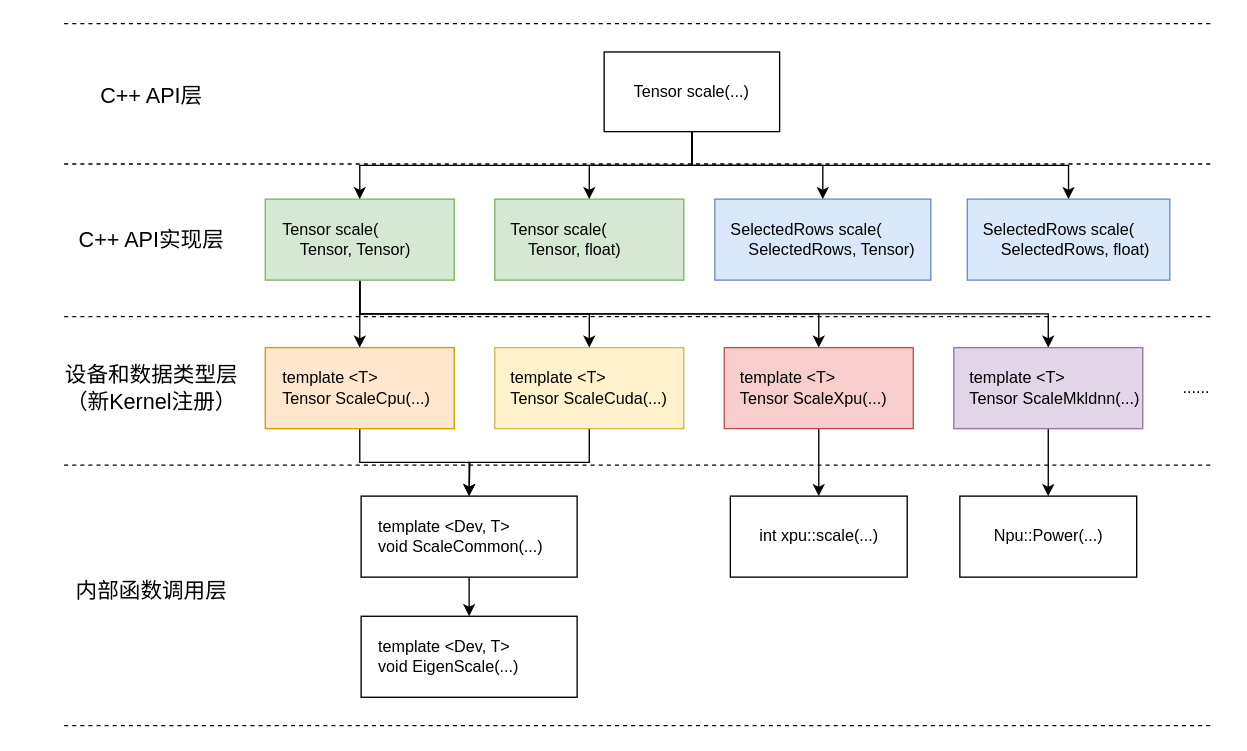
chenwhql/diagrams keeps this draw.io diagram as page "new-func-level" (11 of 12) of op2func.drawio. Above is the earlier version. Source tidied: cells renumbered, new cells numbered last; positions are measured from the earlier drawing's top-left corner, leaving out a move shared by most shapes. Both pictures are drawn from the tidied source at 135%, with x=0, y=0 at pixel (63, 23).
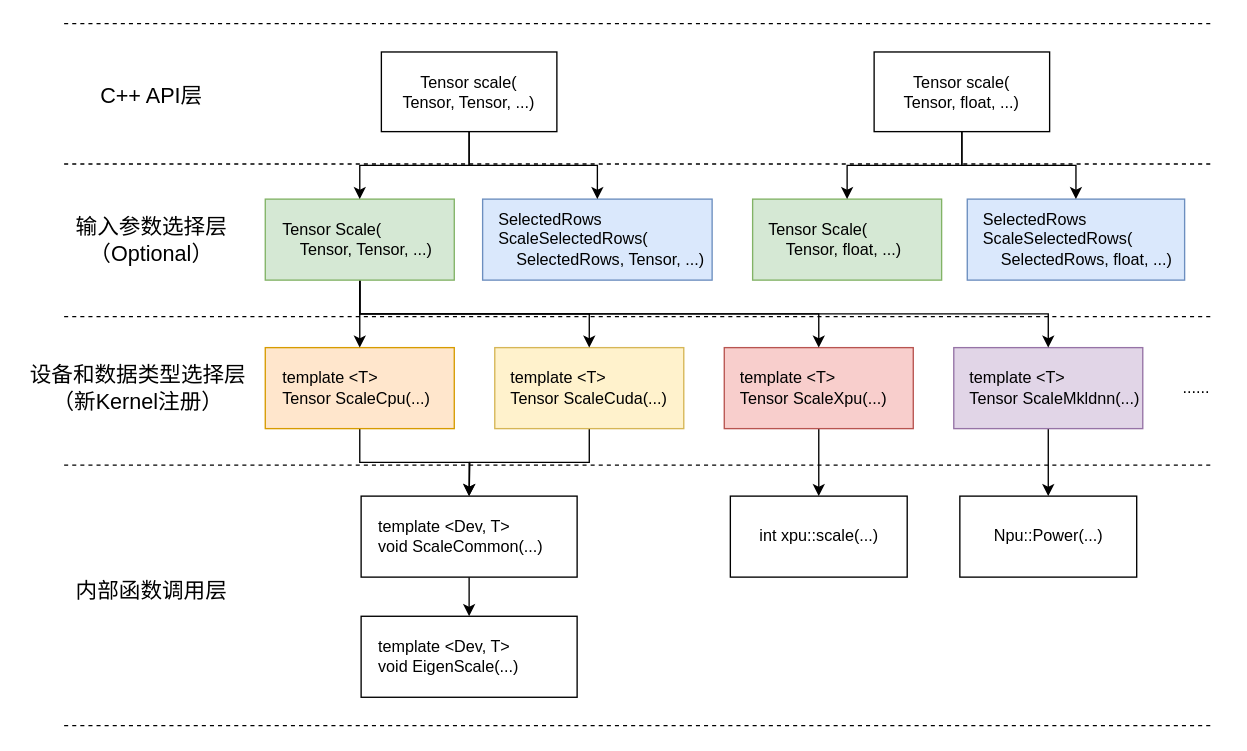
The same page after the edit.

Change to the diagram source:
```diff
@@
-    <mxCell id="15" value="Tensor scale(&lt;br&gt;&amp;nbsp; &amp;nbsp; Tensor, Tensor)" style="rounded=0;whiteSpace=wrap;html=1;align=left;spacingLeft=11;fillColor=#d5e8d4;strokeColor=#82b366;" parent="1" vertex="1">
+    <mxCell id="15" value="Tensor Scale(&lt;br&gt;&amp;nbsp; &amp;nbsp; Tensor, Tensor, ...)" style="rounded=0;whiteSpace=wrap;html=1;align=left;spacingLeft=11;fillColor=#d5e8d4;strokeColor=#82b366;" parent="1" vertex="1">
       <mxGeometry x="149" y="130" width="140" height="60" as="geometry" />
     </mxCell>
-    <mxCell id="16" value="Tensor scale(&lt;br&gt;&amp;nbsp; &amp;nbsp; Tensor, float)" style="rounded=0;whiteSpace=wrap;html=1;align=left;spacingLeft=10;fillColor=#d5e8d4;strokeColor=#82b366;" parent="1" vertex="1">
-      <mxGeometry x="319" y="130" width="140" height="60" as="geometry" />
+    <mxCell id="16" value="Tensor Scale(&lt;br&gt;&amp;nbsp; &amp;nbsp; Tensor, float, ...)" style="rounded=0;whiteSpace=wrap;html=1;align=left;spacingLeft=10;fillColor=#d5e8d4;strokeColor=#82b366;" parent="1" vertex="1">
+      <mxGeometry x="510" y="130" width="140" height="60" as="geometry" />
     </mxCell>
-    <mxCell id="17" value="SelectedRows scale(&lt;br&gt;&amp;nbsp; &amp;nbsp; SelectedRows, Tensor)" style="rounded=0;whiteSpace=wrap;html=1;spacingLeft=10;align=left;fillColor=#dae8fc;strokeColor=#6c8ebf;" parent="1" vertex="1">
-      <mxGeometry x="482" y="130" width="160" height="60" as="geometry" />
+    <mxCell id="17" value="SelectedRows ScaleSelectedRows(&lt;br&gt;&amp;nbsp; &amp;nbsp; SelectedRows, Tensor, ...)" style="rounded=0;whiteSpace=wrap;html=1;spacingLeft=10;align=left;fillColor=#dae8fc;strokeColor=#6c8ebf;" parent="1" vertex="1">
+      <mxGeometry x="310" y="130" width="170" height="60" as="geometry" />
     </mxCell>
-    <mxCell id="18" value="SelectedRows scale(&lt;br&gt;&amp;nbsp; &amp;nbsp; SelectedRows, float)" style="rounded=0;whiteSpace=wrap;html=1;spacingLeft=10;align=left;fillColor=#dae8fc;strokeColor=#6c8ebf;" parent="1" vertex="1">
-      <mxGeometry x="669" y="130" width="150" height="60" as="geometry" />
+    <mxCell id="18" value="SelectedRows ScaleSelectedRows(&lt;br&gt;&amp;nbsp; &amp;nbsp; SelectedRows, float, ...)" style="rounded=0;whiteSpace=wrap;html=1;spacingLeft=10;align=left;fillColor=#dae8fc;strokeColor=#6c8ebf;" parent="1" vertex="1">
+      <mxGeometry x="669" y="130" width="161" height="60" as="geometry" />
     </mxCell>
@@
-    <mxCell id="30" value="C++ API实现层" style="text;html=1;strokeColor=none;fillColor=none;align=center;verticalAlign=middle;whiteSpace=wrap;rounded=0;fontSize=16;" parent="1" vertex="1">
-      <mxGeometry y="150" width="130" height="20" as="geometry" />
+    <mxCell id="30" value="输入参数选择层&lt;br&gt;（Optional）" style="text;html=1;strokeColor=none;fillColor=none;align=center;verticalAlign=middle;whiteSpace=wrap;rounded=0;fontSize=16;" parent="1" vertex="1">
+      <mxGeometry y="140" width="130" height="40" as="geometry" />
     </mxCell>
-    <mxCell id="31" value="设备和数据类型层&lt;br&gt;（新Kernel注册）" style="text;html=1;strokeColor=none;fillColor=none;align=center;verticalAlign=middle;whiteSpace=wrap;rounded=0;fontSize=16;" parent="1" vertex="1">
-      <mxGeometry y="260" width="130" height="20" as="geometry" />
+    <mxCell id="31" value="设备和数据类型选择层&lt;br&gt;（新Kernel注册）" style="text;html=1;strokeColor=none;fillColor=none;align=center;verticalAlign=middle;whiteSpace=wrap;rounded=0;fontSize=16;" parent="1" vertex="1">
+      <mxGeometry x="-30" y="260" width="170" height="20" as="geometry" />
     </mxCell>
@@
-    <mxCell id="34" style="edgeStyle=orthogonalEdgeStyle;rounded=0;jettySize=auto;html=1;exitX=0.5;exitY=1;exitDx=0;exitDy=0;entryX=0.5;entryY=0;entryDx=0;entryDy=0;" parent="1" edge="1" source="37" target="16">
+    <mxCell id="34" style="edgeStyle=orthogonalEdgeStyle;rounded=0;jettySize=auto;html=1;exitX=0.5;exitY=1;exitDx=0;exitDy=0;entryX=0.5;entryY=0;entryDx=0;entryDy=0;" parent="1" edge="1" source="38" target="16">
       <mxGeometry relative="1" as="geometry" />
     </mxCell>
@@
-    <mxCell id="36" style="edgeStyle=orthogonalEdgeStyle;rounded=0;jettySize=auto;html=1;exitX=0.5;exitY=1;exitDx=0;exitDy=0;" parent="1" edge="1" source="37" target="18">
+    <mxCell id="36" style="edgeStyle=orthogonalEdgeStyle;rounded=0;jettySize=auto;html=1;exitX=0.5;exitY=1;exitDx=0;exitDy=0;" parent="1" edge="1" source="38" target="18">
       <mxGeometry relative="1" as="geometry" />
     </mxCell>
-    <mxCell id="37" value="Tensor scale(...)" style="rounded=0;whiteSpace=wrap;html=1;" parent="1" vertex="1">
-      <mxGeometry x="400" y="21" width="130" height="59" as="geometry" />
+    <mxCell id="37" value="Tensor scale(&lt;br&gt;Tensor, Tensor, ...)" style="rounded=0;whiteSpace=wrap;html=1;" parent="1" vertex="1">
+      <mxGeometry x="235" y="21" width="130" height="59" as="geometry" />
     </mxCell>
+    <mxCell id="38" value="Tensor scale(&lt;br&gt;Tensor, float, ...)" style="rounded=0;whiteSpace=wrap;html=1;" parent="1" vertex="1">
+      <mxGeometry x="600" y="21" width="130" height="59" as="geometry" />
+    </mxCell>
```
